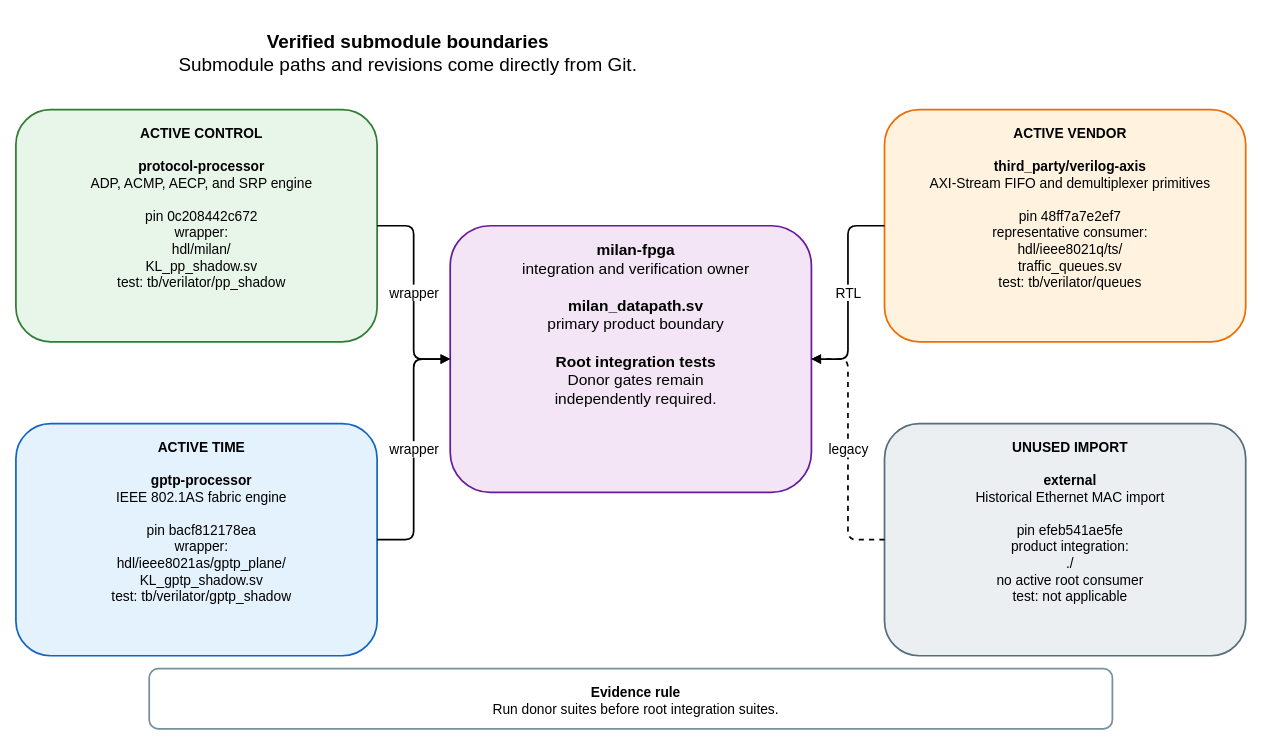
The draw.io diagram docs/diagrams/submodule_boundaries.drawio in kebag-logic/milan-fpga, before the edit. Source tidied: cells renumbered, new cells numbered last; positions are measured from the earlier drawing's top-left corner, leaving out a move shared by most shapes. Both pictures are drawn from the tidied source at 86%, with x=0, y=0 at pixel (15, 15).
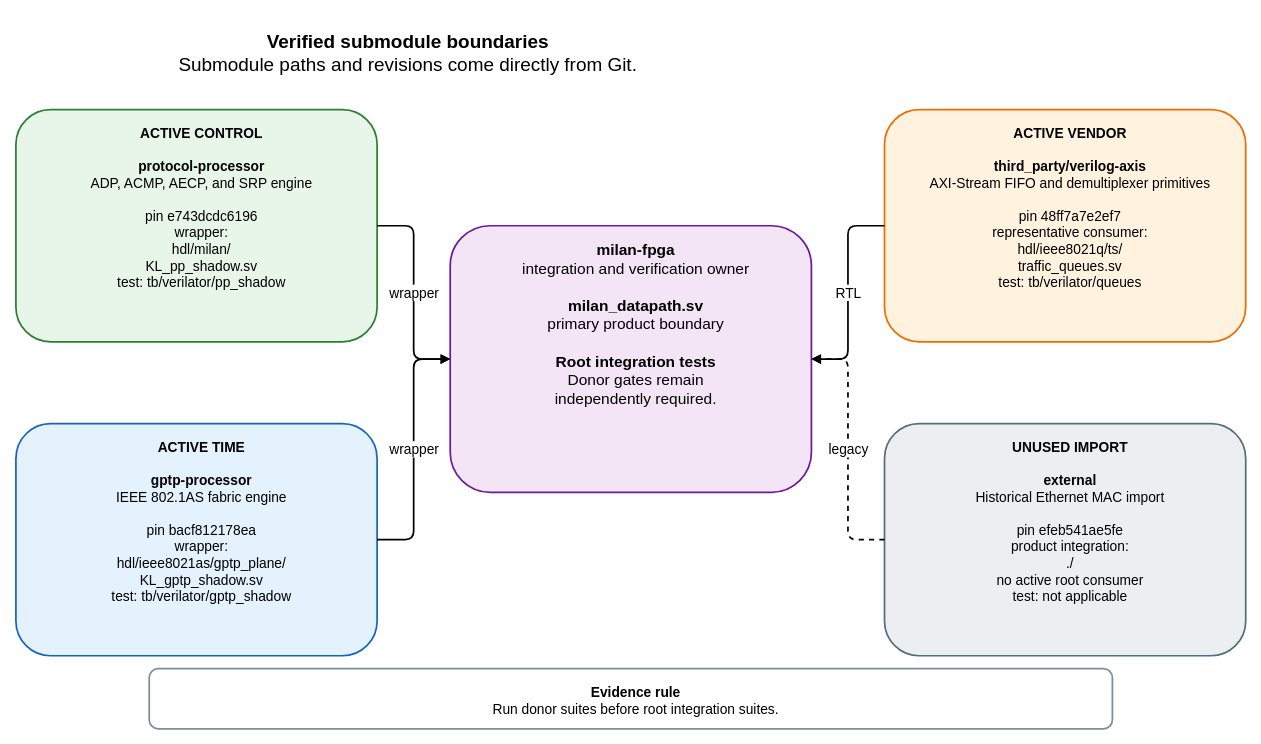
The same page after the edit.

Commit message (it also covers changes not shown here):
Pin protocol-processor at donor main e743dcdc

What changed in the source:
```diff
@@
 <mxGraphModel>
   <root>
     <mxCell id="0" />
     <mxCell id="1" parent="0" />
     <mxCell id="2" value="&lt;b&gt;Verified submodule boundaries&lt;/b&gt;&lt;br&gt;Submodule paths and revisions come directly from Git." style="rounded=1;whiteSpace=wrap;html=1;verticalAlign=top;spacingTop=12;spacingLeft=12;fontSize=22;fontFamily=Helvetica;fillColor=none;strokeColor=none;strokeWidth=2;" parent="1" vertex="1">
       <mxGeometry width="900" height="65" as="geometry" />
     </mxCell>
     <mxCell id="3" value="&lt;b&gt;milan-fpga&lt;/b&gt;&lt;br&gt;integration and verification owner&lt;br&gt;&lt;br&gt;&lt;b&gt;milan_datapath.sv&lt;/b&gt;&lt;br&gt;primary product boundary&lt;br&gt;&lt;br&gt;&lt;b&gt;Root integration tests&lt;/b&gt;&lt;br&gt;Donor gates remain&lt;br&gt;independently required." style="rounded=1;whiteSpace=wrap;html=1;verticalAlign=top;spacingTop=12;spacingLeft=12;fontSize=18;fontFamily=Helvetica;fillColor=#F3E5F5;strokeColor=#6A1B9A;strokeWidth=2;" parent="1" vertex="1">
       <mxGeometry x="505" y="245" width="420" height="310" as="geometry" />
     </mxCell>
-    <mxCell id="4" value="&lt;b&gt;ACTIVE CONTROL&lt;/b&gt;&lt;br&gt;&lt;br&gt;&lt;b&gt;protocol-processor&lt;/b&gt;&lt;br&gt;ADP, ACMP, AECP, and SRP engine&lt;br&gt;&lt;br&gt;pin 0c208442c672&lt;br&gt;wrapper:&lt;br&gt;hdl/milan/&lt;br&gt;KL_pp_shadow.sv&lt;br&gt;test: tb/verilator/pp_shadow" style="rounded=1;whiteSpace=wrap;html=1;verticalAlign=top;spacingTop=12;spacingLeft=12;fontSize=16;fontFamily=Helvetica;fillColor=#E8F5E9;strokeColor=#2E7D32;strokeWidth=2;" parent="1" vertex="1">
+    <mxCell id="4" value="&lt;b&gt;ACTIVE CONTROL&lt;/b&gt;&lt;br&gt;&lt;br&gt;&lt;b&gt;protocol-processor&lt;/b&gt;&lt;br&gt;ADP, ACMP, AECP, and SRP engine&lt;br&gt;&lt;br&gt;pin e743dcdc6196&lt;br&gt;wrapper:&lt;br&gt;hdl/milan/&lt;br&gt;KL_pp_shadow.sv&lt;br&gt;test: tb/verilator/pp_shadow" style="rounded=1;whiteSpace=wrap;html=1;verticalAlign=top;spacingTop=12;spacingLeft=12;fontSize=16;fontFamily=Helvetica;fillColor=#E8F5E9;strokeColor=#2E7D32;strokeWidth=2;" parent="1" vertex="1">
       <mxGeometry y="110" width="420" height="270" as="geometry" />
     </mxCell>
     <mxCell id="5" value="&lt;b&gt;ACTIVE TIME&lt;/b&gt;&lt;br&gt;&lt;br&gt;&lt;b&gt;gptp-processor&lt;/b&gt;&lt;br&gt;IEEE 802.1AS fabric engine&lt;br&gt;&lt;br&gt;pin bacf812178ea&lt;br&gt;wrapper:&lt;br&gt;hdl/ieee8021as/gptp_plane/&lt;br&gt;KL_gptp_shadow.sv&lt;br&gt;test: tb/verilator/gptp_shadow" style="rounded=1;whiteSpace=wrap;html=1;verticalAlign=top;spacingTop=12;spacingLeft=12;fontSize=16;fontFamily=Helvetica;fillColor=#E3F2FD;strokeColor=#1565C0;strokeWidth=2;" parent="1" vertex="1">
       <mxGeometry y="475" width="420" height="270" as="geometry" />
     </mxCell>
     <mxCell id="6" value="&lt;b&gt;ACTIVE VENDOR&lt;/b&gt;&lt;br&gt;&lt;br&gt;&lt;b&gt;third_party/verilog-axis&lt;/b&gt;&lt;br&gt;AXI-Stream FIFO and demultiplexer primitives&lt;br&gt;&lt;br&gt;pin 48ff7a7e2ef7&lt;br&gt;representative consumer:&lt;br&gt;hdl/ieee8021q/ts/&lt;br&gt;traffic_queues.sv&lt;br&gt;test: tb/verilator/queues" style="rounded=1;whiteSpace=wrap;html=1;verticalAlign=top;spacingTop=12;spacingLeft=12;fontSize=16;fontFamily=Helvetica;fillColor=#FFF3E0;strokeColor=#EF6C00;strokeWidth=2;" parent="1" vertex="1">
       <mxGeometry x="1010" y="110" width="420" height="270" as="geometry" />
     </mxCell>
     <mxCell id="7" value="&lt;b&gt;UNUSED IMPORT&lt;/b&gt;&lt;br&gt;&lt;br&gt;&lt;b&gt;external&lt;/b&gt;&lt;br&gt;Historical Ethernet MAC import&lt;br&gt;&lt;br&gt;pin efeb541ae5fe&lt;br&gt;product integration:&lt;br&gt;./&lt;br&gt;no active root consumer&lt;br&gt;test: not applicable" style="rounded=1;whiteSpace=wrap;html=1;verticalAlign=top;spacingTop=12;spacingLeft=12;fontSize=16;fontFamily=Helvetica;fillColor=#ECEFF1;strokeColor=#546E7A;strokeWidth=2;" parent="1" vertex="1">
       <mxGeometry x="1010" y="475" width="420" height="270" as="geometry" />
     </mxCell>
     <mxCell id="8" value="wrapper" style="edgeStyle=orthogonalEdgeStyle;rounded=1;jettySize=auto;html=1;endArrow=block;endFill=1;strokeWidth=2;fontSize=16;fontFamily=Helvetica;labelBackgroundColor=#FFFFFF;" parent="1" edge="1" source="4" target="3">
       <mxGeometry relative="1" as="geometry" />
     </mxCell>
     <mxCell id="9" value="wrapper" style="edgeStyle=orthogonalEdgeStyle;rounded=1;jettySize=auto;html=1;endArrow=block;endFill=1;strokeWidth=2;fontSize=16;fontFamily=Helvetica;labelBackgroundColor=#FFFFFF;" parent="1" edge="1" source="5" target="3">
       <mxGeometry relative="1" as="geometry" />
     </mxCell>
     <mxCell id="10" value="RTL" style="edgeStyle=orthogonalEdgeStyle;rounded=1;jettySize=auto;html=1;endArrow=block;endFill=1;strokeWidth=2;fontSize=16;fontFamily=Helvetica;labelBackgroundColor=#FFFFFF;" parent="1" edge="1" source="6" target="3">
       <mxGeometry relative="1" as="geometry" />
     </mxCell>
     <mxCell id="11" value="legacy" style="edgeStyle=orthogonalEdgeStyle;rounded=1;jettySize=auto;html=1;endArrow=block;endFill=1;strokeWidth=2;fontSize=16;fontFamily=Helvetica;labelBackgroundColor=#FFFFFF;dashed=1;" parent="1" edge="1" source="7" target="3">
       <mxGeometry relative="1" as="geometry" />
     </mxCell>
     <mxCell id="12" value="&lt;b&gt;Evidence rule&lt;/b&gt;&lt;br&gt;Run donor suites before root integration suites." style="rounded=1;whiteSpace=wrap;html=1;verticalAlign=top;spacingTop=12;spacingLeft=12;fontSize=16;fontFamily=Helvetica;fillColor=#FFFFFF;strokeColor=#78909C;strokeWidth=2;" parent="1" vertex="1">
       <mxGeometry x="155" y="760" width="1120" height="70" as="geometry" />
     </mxCell>
   </root>
 </mxGraphModel>
```
